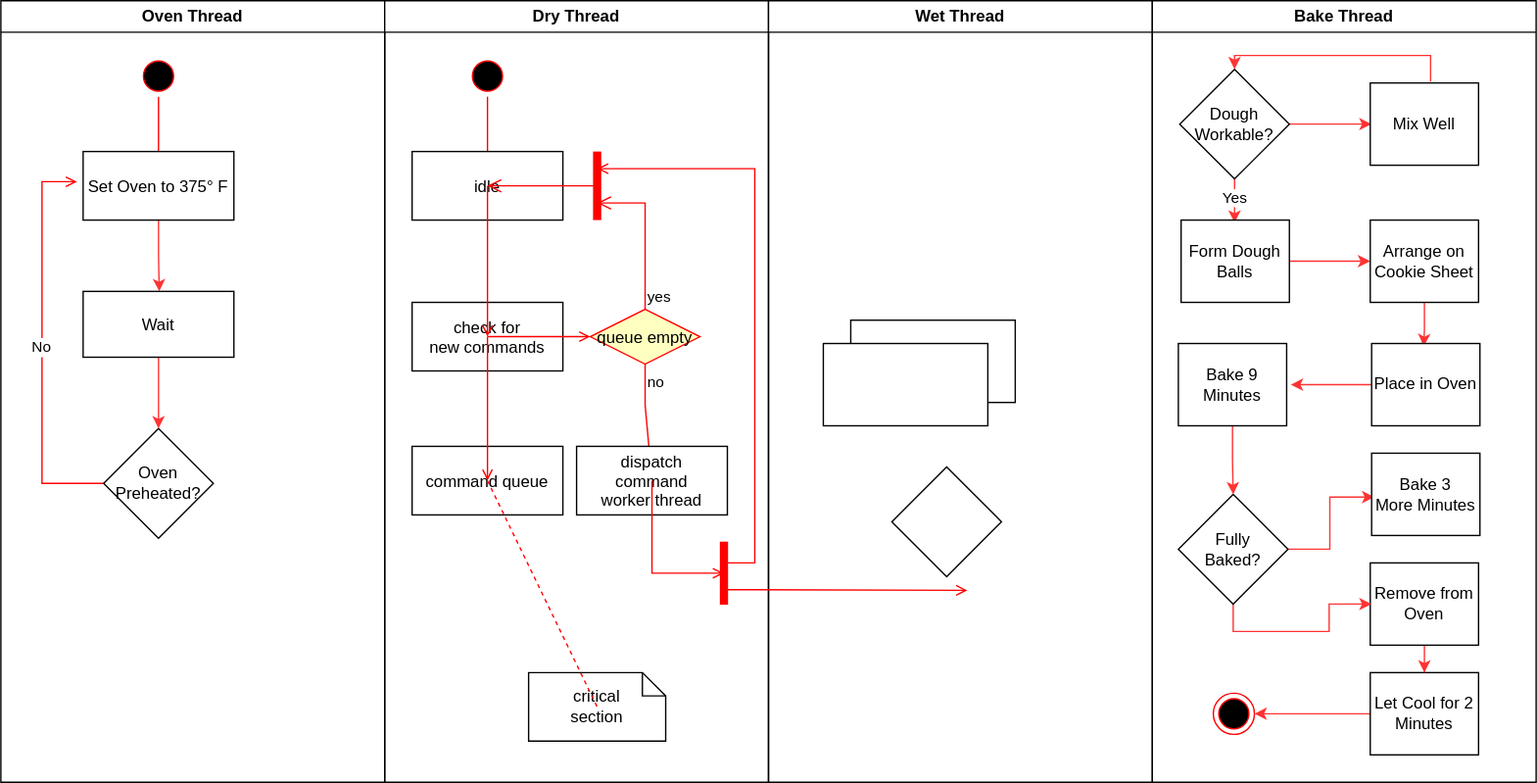
Earlier version of the draw.io export cookie-uml-diagram.svg (yewscion/yewscion). Source tidied: cells renumbered, new cells last; positions are measured from the earlier drawing's top-left corner, leaving out a move shared by most shapes.
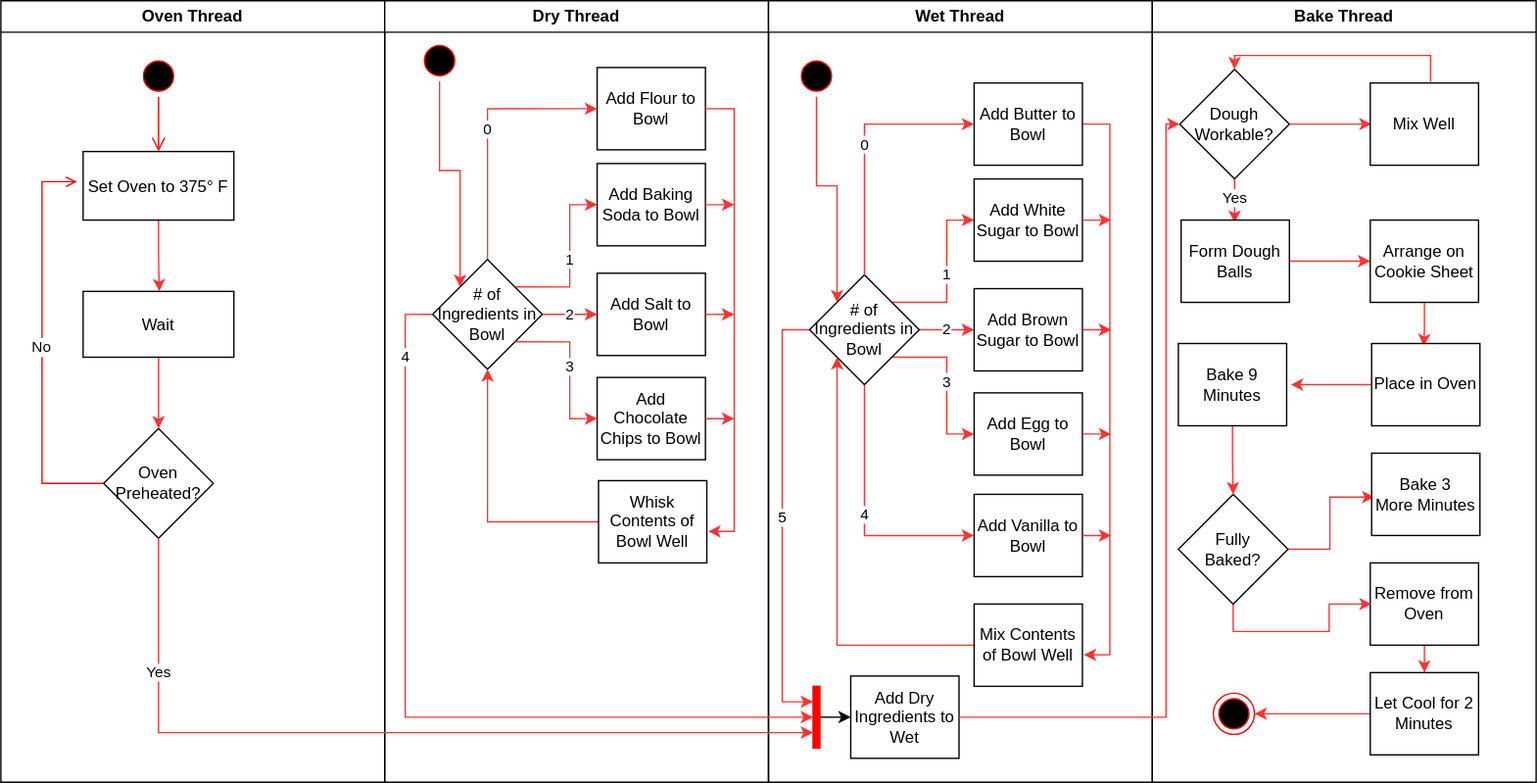
Later version of the same file.

Diff of the diagram source:
```diff
@@ -37,94 +37,135 @@
     <mxCell id="11" value="Dry Thread" style="swimlane;whiteSpace=wrap;" parent="1" vertex="1">
       <mxGeometry x="280" width="280" height="570" as="geometry" />
     </mxCell>
-    <mxCell id="12" style="ellipse;shape=startState;fillColor=#000000;strokeColor=#ff0000;" parent="11" vertex="1">
-      <mxGeometry x="60" y="40" width="30" height="30" as="geometry" />
-    </mxCell>
-    <mxCell id="13" style="edgeStyle=elbowEdgeStyle;elbow=horizontal;verticalAlign=bottom;endArrow=open;endSize=8;strokeColor=#FF0000;endFill=1;rounded=0;" parent="11" edge="1" source="12" target="14">
-      <mxGeometry x="40" y="20" as="geometry" />
-    </mxCell>
-    <mxCell id="14" value="idle" parent="11" vertex="1">
-      <mxGeometry x="20" y="110" width="110" height="50" as="geometry" />
-    </mxCell>
-    <mxCell id="15" value="check for &#10;new commands" parent="11" vertex="1">
-      <mxGeometry x="20" y="220" width="110" height="50" as="geometry" />
-    </mxCell>
-    <mxCell id="16" style="endArrow=open;strokeColor=#FF0000;endFill=1;rounded=0;" parent="11" edge="1" source="14" target="15">
-      <mxGeometry relative="1" as="geometry" />
-    </mxCell>
-    <mxCell id="17" value="command queue" parent="11" vertex="1">
-      <mxGeometry x="20" y="325" width="110" height="50" as="geometry" />
-    </mxCell>
-    <mxCell id="18" style="endArrow=open;strokeColor=#FF0000;endFill=1;rounded=0;" parent="11" edge="1" source="15" target="17">
-      <mxGeometry relative="1" as="geometry" />
-    </mxCell>
-    <mxCell id="19" value="queue empty" style="rhombus;fillColor=#ffffc0;strokeColor=#ff0000;" parent="11" vertex="1">
-      <mxGeometry x="150" y="225" width="80" height="40" as="geometry" />
-    </mxCell>
-    <mxCell id="20" value="yes" style="edgeStyle=elbowEdgeStyle;elbow=horizontal;align=left;verticalAlign=bottom;endArrow=open;endSize=8;strokeColor=#FF0000;exitX=0.5;exitY=0;endFill=1;rounded=0;entryX=0.75;entryY=0.5;entryPerimeter=0;" parent="11" edge="1" source="19" target="23">
-      <mxGeometry x="-1" relative="1" as="geometry">
-        <Array as="points">
-          <mxPoint x="190" y="180" />
-        </Array>
-      </mxGeometry>
-    </mxCell>
-    <mxCell id="21" value="no" style="edgeStyle=elbowEdgeStyle;elbow=horizontal;align=left;verticalAlign=top;endArrow=open;endSize=8;strokeColor=#FF0000;endFill=1;rounded=0;" parent="11" edge="1" source="19" target="25">
-      <mxGeometry x="-1" relative="1" as="geometry" />
-    </mxCell>
-    <mxCell id="22" style="endArrow=open;strokeColor=#FF0000;endFill=1;rounded=0;" parent="11" edge="1" source="15" target="19">
-      <mxGeometry relative="1" as="geometry" />
-    </mxCell>
-    <mxCell id="23" style="shape=line;strokeWidth=6;strokeColor=#ff0000;rotation=90;" parent="11" vertex="1">
-      <mxGeometry x="130" y="127.5" width="50" height="15" as="geometry" />
-    </mxCell>
-    <mxCell id="24" style="edgeStyle=elbowEdgeStyle;elbow=horizontal;verticalAlign=bottom;endArrow=open;endSize=8;strokeColor=#FF0000;endFill=1;rounded=0;" parent="11" edge="1" source="23" target="14">
-      <mxGeometry x="130" y="90" as="geometry" />
-    </mxCell>
-    <mxCell id="25" value="dispatch&#10;command&#10;worker thread" parent="11" vertex="1">
-      <mxGeometry x="140" y="325" width="110" height="50" as="geometry" />
-    </mxCell>
-    <mxCell id="26" value="critical&#10;section" style="shape=note;whiteSpace=wrap;size=17;" parent="11" vertex="1">
-      <mxGeometry x="105" y="490" width="100" height="50" as="geometry" />
-    </mxCell>
-    <mxCell id="27" style="endArrow=none;strokeColor=#FF0000;endFill=0;rounded=0;dashed=1;" parent="11" edge="1" source="17" target="26">
-      <mxGeometry relative="1" as="geometry" />
-    </mxCell>
+    <mxCell id="59" value="&lt;div&gt;Add Flour to Bowl&lt;/div&gt;" style="rounded=0;whiteSpace=wrap;html=1;" parent="11" vertex="1">
+      <mxGeometry x="155" y="48.8" width="79" height="60" as="geometry" />
+    </mxCell>
+    <mxCell id="60" value="# of Ingredients in Bowl" style="rhombus;whiteSpace=wrap;html=1;" parent="11" vertex="1">
+      <mxGeometry x="35" y="188.8" width="80" height="80" as="geometry" />
+    </mxCell>
+    <mxCell id="61" value="Add Baking Soda to Bowl" style="rounded=0;whiteSpace=wrap;html=1;" parent="11" vertex="1">
+      <mxGeometry x="155" y="118.8" width="79" height="60" as="geometry" />
+    </mxCell>
+    <mxCell id="62" value="1" style="edgeStyle=orthogonalEdgeStyle;rounded=0;jettySize=auto;html=1;exitX=1;exitY=0;exitDx=0;exitDy=0;entryX=0;entryY=0.5;entryDx=0;entryDy=0;strokeColor=#FF3333;" parent="11" edge="1" source="60" target="61">
+      <mxGeometry relative="1" as="geometry" />
+    </mxCell>
+    <mxCell id="63" value="Add Salt to Bowl" style="rounded=0;whiteSpace=wrap;html=1;" parent="11" vertex="1">
+      <mxGeometry x="155" y="198.8" width="79" height="60" as="geometry" />
+    </mxCell>
+    <mxCell id="64" value="2" style="edgeStyle=orthogonalEdgeStyle;rounded=0;jettySize=auto;html=1;exitX=1;exitY=0.5;exitDx=0;exitDy=0;entryX=0;entryY=0.5;entryDx=0;entryDy=0;strokeColor=#FF3333;" parent="11" edge="1" source="60" target="63">
+      <mxGeometry relative="1" as="geometry" />
+    </mxCell>
+    <mxCell id="65" value="Add Chocolate Chips to Bowl" style="rounded=0;whiteSpace=wrap;html=1;" parent="11" vertex="1">
+      <mxGeometry x="155" y="274.8" width="79" height="60" as="geometry" />
+    </mxCell>
+    <mxCell id="66" value="3" style="edgeStyle=orthogonalEdgeStyle;rounded=0;jettySize=auto;html=1;exitX=1;exitY=1;exitDx=0;exitDy=0;entryX=0;entryY=0.5;entryDx=0;entryDy=0;strokeColor=#FF3333;" parent="11" edge="1" source="60" target="65">
+      <mxGeometry relative="1" as="geometry" />
+    </mxCell>
+    <mxCell id="67" value="0" style="edgeStyle=orthogonalEdgeStyle;rounded=0;jettySize=auto;html=1;entryX=0;entryY=0.5;entryDx=0;entryDy=0;exitX=0.5;exitY=0;exitDx=0;exitDy=0;strokeColor=#FF3333;" parent="11" edge="1" source="60" target="59">
+      <mxGeometry relative="1" as="geometry" />
+    </mxCell>
+    <mxCell id="68" style="edgeStyle=orthogonalEdgeStyle;rounded=0;jettySize=auto;html=1;exitX=0.5;exitY=1;exitDx=0;exitDy=0;entryX=0;entryY=0;entryDx=0;entryDy=0;strokeColor=#FF3333;" parent="11" edge="1" source="69" target="60">
+      <mxGeometry relative="1" as="geometry" />
+    </mxCell>
+    <mxCell id="69" style="ellipse;shape=startState;fillColor=#000000;strokeColor=#ff0000;" parent="11" vertex="1">
+      <mxGeometry x="25" y="28.8" width="30" height="30" as="geometry" />
+    </mxCell>
+    <mxCell id="70" style="edgeStyle=orthogonalEdgeStyle;rounded=0;jettySize=auto;html=1;entryX=0.5;entryY=1;entryDx=0;entryDy=0;strokeColor=#FF3333;" parent="11" edge="1" source="71" target="60">
+      <mxGeometry relative="1" as="geometry" />
+    </mxCell>
+    <mxCell id="71" value="Whisk Contents of Bowl Well" style="rounded=0;whiteSpace=wrap;html=1;" parent="11" vertex="1">
+      <mxGeometry x="156" y="350" width="79" height="60" as="geometry" />
+    </mxCell>
+    <mxCell id="72" style="edgeStyle=orthogonalEdgeStyle;rounded=0;jettySize=auto;html=1;entryX=1.013;entryY=0.617;entryDx=0;entryDy=0;entryPerimeter=0;exitX=1;exitY=0.5;exitDx=0;exitDy=0;strokeColor=#FF3333;" parent="11" edge="1" source="59" target="71">
+      <mxGeometry relative="1" as="geometry" />
+    </mxCell>
+    <mxCell id="73" style="edgeStyle=orthogonalEdgeStyle;rounded=0;jettySize=auto;html=1;exitX=1;exitY=0;exitDx=0;exitDy=0;" parent="11" edge="1" source="60">
+      <mxGeometry relative="1" as="geometry">
+        <mxPoint x="95" y="208.8" as="targetPoint" />
+      </mxGeometry>
+    </mxCell>
+    <mxCell id="74" style="edgeStyle=orthogonalEdgeStyle;rounded=0;jettySize=auto;html=1;strokeColor=#FF3333;" parent="11" edge="1" source="61">
+      <mxGeometry relative="1" as="geometry">
+        <mxPoint x="255" y="148.8" as="targetPoint" />
+      </mxGeometry>
+    </mxCell>
+    <mxCell id="75" style="edgeStyle=orthogonalEdgeStyle;rounded=0;jettySize=auto;html=1;strokeColor=#FF3333;" parent="11" edge="1" source="63">
+      <mxGeometry relative="1" as="geometry">
+        <mxPoint x="255" y="228.8" as="targetPoint" />
+      </mxGeometry>
+    </mxCell>
+    <mxCell id="76" style="edgeStyle=orthogonalEdgeStyle;rounded=0;jettySize=auto;html=1;strokeColor=#FF3333;" parent="11" edge="1" source="65">
+      <mxGeometry relative="1" as="geometry">
+        <mxPoint x="255" y="304.8" as="targetPoint" />
+      </mxGeometry>
+    </mxCell>
+    <mxCell id="30" value="Wet Thread" style="swimlane;whiteSpace=wrap;" parent="1" vertex="1">
+      <mxGeometry x="560" width="280" height="570" as="geometry" />
+    </mxCell>
+    <mxCell id="33" value="&lt;div&gt;Add Vanilla to Bowl&lt;/div&gt;" style="rounded=0;whiteSpace=wrap;html=1;" parent="30" vertex="1">
+      <mxGeometry x="150" y="360" width="79" height="60" as="geometry" />
+    </mxCell>
+    <mxCell id="77" style="edgeStyle=orthogonalEdgeStyle;rounded=0;jettySize=auto;html=1;entryX=1.013;entryY=0.617;entryDx=0;entryDy=0;entryPerimeter=0;exitX=1;exitY=0.5;exitDx=0;exitDy=0;strokeColor=#FF3333;" parent="30" edge="1" source="34" target="90">
+      <mxGeometry relative="1" as="geometry" />
+    </mxCell>
+    <mxCell id="34" value="Add Butter to Bowl" style="rounded=0;whiteSpace=wrap;html=1;" parent="30" vertex="1">
+      <mxGeometry x="150" y="60" width="79" height="60" as="geometry" />
+    </mxCell>
+    <mxCell id="78" value="2" style="edgeStyle=orthogonalEdgeStyle;rounded=0;jettySize=auto;html=1;exitX=1;exitY=0.5;exitDx=0;exitDy=0;entryX=0;entryY=0.5;entryDx=0;entryDy=0;strokeColor=#FF3333;" parent="30" edge="1" source="35" target="84">
+      <mxGeometry relative="1" as="geometry" />
+    </mxCell>
+    <mxCell id="79" value="3" style="edgeStyle=orthogonalEdgeStyle;rounded=0;jettySize=auto;html=1;exitX=1;exitY=1;exitDx=0;exitDy=0;entryX=0;entryY=0.5;entryDx=0;entryDy=0;strokeColor=#FF3333;" parent="30" edge="1" source="35" target="85">
+      <mxGeometry relative="1" as="geometry" />
+    </mxCell>
+    <mxCell id="80" value="4" style="edgeStyle=orthogonalEdgeStyle;rounded=0;jettySize=auto;html=1;entryX=0;entryY=0.5;entryDx=0;entryDy=0;strokeColor=#FF3333;" parent="30" edge="1" source="35" target="33">
+      <mxGeometry relative="1" as="geometry">
+        <Array as="points">
+          <mxPoint x="70" y="390" />
+        </Array>
+      </mxGeometry>
+    </mxCell>
+    <mxCell id="81" value="1" style="edgeStyle=orthogonalEdgeStyle;rounded=0;jettySize=auto;html=1;exitX=1;exitY=0;exitDx=0;exitDy=0;entryX=0;entryY=0.5;entryDx=0;entryDy=0;strokeColor=#FF3333;" parent="30" edge="1" source="35" target="83">
+      <mxGeometry relative="1" as="geometry" />
+    </mxCell>
+    <mxCell id="82" value="5" style="edgeStyle=orthogonalEdgeStyle;rounded=0;jettySize=auto;html=1;entryX=0;entryY=0.25;entryDx=0;entryDy=0;strokeColor=#FF3333;exitX=0;exitY=0.5;exitDx=0;exitDy=0;" parent="30" edge="1" source="35" target="28">
+      <mxGeometry relative="1" as="geometry" />
+    </mxCell>
+    <mxCell id="35" value="# of Ingredients in Bowl" style="rhombus;whiteSpace=wrap;html=1;" parent="30" vertex="1">
+      <mxGeometry x="30" y="200" width="80" height="80" as="geometry" />
+    </mxCell>
+    <mxCell id="83" value="Add White Sugar to Bowl" style="rounded=0;whiteSpace=wrap;html=1;" parent="30" vertex="1">
+      <mxGeometry x="150" y="130" width="79" height="60" as="geometry" />
+    </mxCell>
+    <mxCell id="84" value="&lt;div&gt;Add Brown Sugar to Bowl&lt;/div&gt;" style="rounded=0;whiteSpace=wrap;html=1;" parent="30" vertex="1">
+      <mxGeometry x="150" y="210" width="79" height="60" as="geometry" />
+    </mxCell>
+    <mxCell id="85" value="Add Egg to Bowl" style="rounded=0;whiteSpace=wrap;html=1;" parent="30" vertex="1">
+      <mxGeometry x="150" y="286" width="79" height="60" as="geometry" />
+    </mxCell>
+    <mxCell id="86" value="0" style="edgeStyle=orthogonalEdgeStyle;rounded=0;jettySize=auto;html=1;entryX=0;entryY=0.5;entryDx=0;entryDy=0;exitX=0.5;exitY=0;exitDx=0;exitDy=0;strokeColor=#FF3333;" parent="30" edge="1" source="35" target="34">
+      <mxGeometry relative="1" as="geometry" />
+    </mxCell>
+    <mxCell id="87" style="edgeStyle=orthogonalEdgeStyle;rounded=0;jettySize=auto;html=1;exitX=0.5;exitY=1;exitDx=0;exitDy=0;entryX=0;entryY=0;entryDx=0;entryDy=0;strokeColor=#FF3333;" parent="30" edge="1" source="88" target="35">
+      <mxGeometry relative="1" as="geometry" />
+    </mxCell>
+    <mxCell id="88" style="ellipse;shape=startState;fillColor=#000000;strokeColor=#ff0000;" parent="30" vertex="1">
+      <mxGeometry x="20" y="40" width="30" height="30" as="geometry" />
+    </mxCell>
+    <mxCell id="89" style="edgeStyle=orthogonalEdgeStyle;rounded=0;jettySize=auto;html=1;entryX=0;entryY=1;entryDx=0;entryDy=0;strokeColor=#FF3333;" parent="30" edge="1" source="90" target="35">
+      <mxGeometry relative="1" as="geometry" />
+    </mxCell>
+    <mxCell id="90" value="Mix Contents of Bowl Well" style="rounded=0;whiteSpace=wrap;html=1;" parent="30" vertex="1">
+      <mxGeometry x="150" y="440" width="79" height="60" as="geometry" />
+    </mxCell>
+    <mxCell id="91" style="edgeStyle=orthogonalEdgeStyle;rounded=0;jettySize=auto;html=1;exitX=1;exitY=0.5;exitDx=0;exitDy=0;entryX=0;entryY=0.5;entryDx=0;entryDy=0;strokeColor=default;" parent="30" edge="1" source="28" target="92">
+      <mxGeometry relative="1" as="geometry" />
+    </mxCell>
-    <mxCell id="28" style="whiteSpace=wrap;strokeColor=#FF0000;fillColor=#FF0000;" parent="11" vertex="1">
-      <mxGeometry x="245" y="395" width="5" height="45" as="geometry" />
+    <mxCell id="28" style="whiteSpace=wrap;strokeColor=#FF0000;fillColor=#FF0000;" parent="30" vertex="1">
+      <mxGeometry x="32.5" y="500" width="5" height="45" as="geometry" />
     </mxCell>
-    <mxCell id="29" style="edgeStyle=elbowEdgeStyle;elbow=horizontal;entryX=0;entryY=0.5;strokeColor=#FF0000;endArrow=open;endFill=1;rounded=0;" parent="11" edge="1" source="25" target="28">
-      <mxGeometry relative="1" as="geometry">
-        <Array as="points">
-          <mxPoint x="195" y="400" />
-        </Array>
-      </mxGeometry>
-    </mxCell>
-    <mxCell id="30" value="Wet Thread" style="swimlane;whiteSpace=wrap;" parent="1" vertex="1">
-      <mxGeometry x="560" width="280" height="570" as="geometry" />
-    </mxCell>
-    <mxCell id="31" style="edgeStyle=elbowEdgeStyle;elbow=horizontal;strokeColor=#FF0000;endArrow=open;endFill=1;rounded=0;entryX=0.25;entryY=0.5;entryPerimeter=0;" parent="30" edge="1" target="23">
-      <mxGeometry relative="1" as="geometry">
-        <mxPoint x="-30" y="410" as="sourcePoint" />
-        <Array as="points">
-          <mxPoint x="-10" y="135" />
-        </Array>
-      </mxGeometry>
-    </mxCell>
-    <mxCell id="32" style="edgeStyle=none;strokeColor=#FF0000;endArrow=open;endFill=1;rounded=0;" parent="30" edge="1">
-      <mxGeometry relative="1" as="geometry">
-        <mxPoint x="-30" y="429.5" as="sourcePoint" />
-        <mxPoint x="145" y="430" as="targetPoint" />
-      </mxGeometry>
-    </mxCell>
-    <mxCell id="33" style="rounded=0;whiteSpace=wrap;html=1;" parent="30" vertex="1">
-      <mxGeometry x="60" y="233" width="120" height="60" as="geometry" />
-    </mxCell>
-    <mxCell id="34" style="rounded=0;whiteSpace=wrap;html=1;" parent="30" vertex="1">
-      <mxGeometry x="40" y="250" width="120" height="60" as="geometry" />
-    </mxCell>
-    <mxCell id="35" style="rhombus;whiteSpace=wrap;html=1;" parent="30" vertex="1">
-      <mxGeometry x="90" y="340" width="80" height="80" as="geometry" />
-    </mxCell>
+    <mxCell id="92" value="Add Dry Ingredients to Wet" style="rounded=0;whiteSpace=wrap;html=1;" parent="30" vertex="1">
+      <mxGeometry x="60" y="492.5" width="79" height="60" as="geometry" />
+    </mxCell>
     <mxCell id="36" value="Bake Thread" style="swimlane;whiteSpace=wrap;" parent="1" vertex="1">
       <mxGeometry x="840" width="280" height="570" as="geometry" />
     </mxCell>
@@ -196,5 +237,44 @@
     <mxCell id="58" value="Place in Oven" style="rounded=0;whiteSpace=wrap;html=1;" parent="36" vertex="1">
       <mxGeometry x="160" y="250" width="79" height="60" as="geometry" />
     </mxCell>
+    <mxCell id="93" style="edgeStyle=orthogonalEdgeStyle;rounded=0;jettySize=auto;html=1;exitX=1;exitY=0;exitDx=0;exitDy=0;" parent="1" edge="1" source="35">
+      <mxGeometry relative="1" as="geometry">
+        <mxPoint x="650" y="220" as="targetPoint" />
+      </mxGeometry>
+    </mxCell>
+    <mxCell id="94" style="edgeStyle=orthogonalEdgeStyle;rounded=0;jettySize=auto;html=1;strokeColor=#FF3333;" parent="1" edge="1" source="83">
+      <mxGeometry relative="1" as="geometry">
+        <mxPoint x="810" y="160" as="targetPoint" />
+      </mxGeometry>
+    </mxCell>
+    <mxCell id="95" style="edgeStyle=orthogonalEdgeStyle;rounded=0;jettySize=auto;html=1;strokeColor=#FF3333;" parent="1" edge="1" source="84">
+      <mxGeometry relative="1" as="geometry">
+        <mxPoint x="810" y="240" as="targetPoint" />
+      </mxGeometry>
+    </mxCell>
+    <mxCell id="96" style="edgeStyle=orthogonalEdgeStyle;rounded=0;jettySize=auto;html=1;strokeColor=#FF3333;" parent="1" edge="1" source="85">
+      <mxGeometry relative="1" as="geometry">
+        <mxPoint x="810" y="316" as="targetPoint" />
+      </mxGeometry>
+    </mxCell>
+    <mxCell id="97" style="edgeStyle=orthogonalEdgeStyle;rounded=0;jettySize=auto;html=1;strokeColor=#FF3333;" parent="1" edge="1" source="33">
+      <mxGeometry relative="1" as="geometry">
+        <mxPoint x="810" y="390" as="targetPoint" />
+      </mxGeometry>
+    </mxCell>
+    <mxCell id="98" value="&lt;div&gt;Yes&lt;/div&gt;" style="edgeStyle=orthogonalEdgeStyle;rounded=0;jettySize=auto;html=1;entryX=0;entryY=0.75;entryDx=0;entryDy=0;strokeColor=#FF3333;exitX=0.5;exitY=1;exitDx=0;exitDy=0;" parent="1" edge="1" source="8" target="28">
+      <mxGeometry x="-0.68" relative="1" as="geometry" />
+    </mxCell>
+    <mxCell id="99" style="edgeStyle=orthogonalEdgeStyle;rounded=0;jettySize=auto;html=1;entryX=0;entryY=0.5;entryDx=0;entryDy=0;strokeColor=#FF3333;" parent="1" edge="1" source="92" target="40">
+      <mxGeometry relative="1" as="geometry">
+        <Array as="points">
+          <mxPoint x="850" y="523" />
+          <mxPoint x="850" y="90" />
+        </Array>
+      </mxGeometry>
+    </mxCell>
+    <mxCell id="100" value="4" style="edgeStyle=orthogonalEdgeStyle;rounded=0;jettySize=auto;html=1;exitX=0;exitY=0.5;exitDx=0;exitDy=0;entryX=0;entryY=0.5;entryDx=0;entryDy=0;strokeColor=#FF3333;" parent="1" edge="1" source="60" target="28">
+      <mxGeometry x="-0.83" relative="1" as="geometry" />
+    </mxCell>
   </root>
 </mxGraphModel>
```
